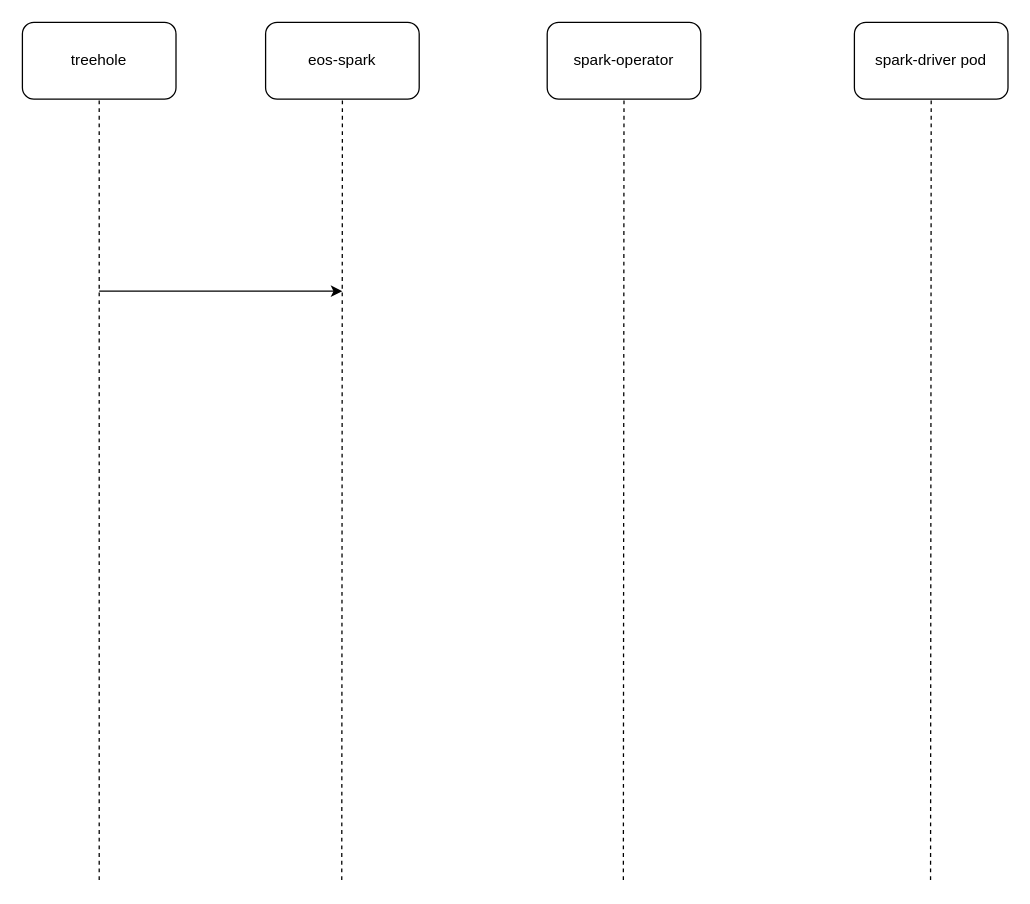
This is k8s-spark多角色设计.drawio from yuhuali1989/ui, a draw.io file, before an edit. Source tidied: cells renumbered, new cells numbered last; positions are measured from the earlier drawing's top-left corner, leaving out a move shared by most shapes. Both pictures are drawn from the tidied source at 128%, with x=0, y=0 at pixel (22, 22).
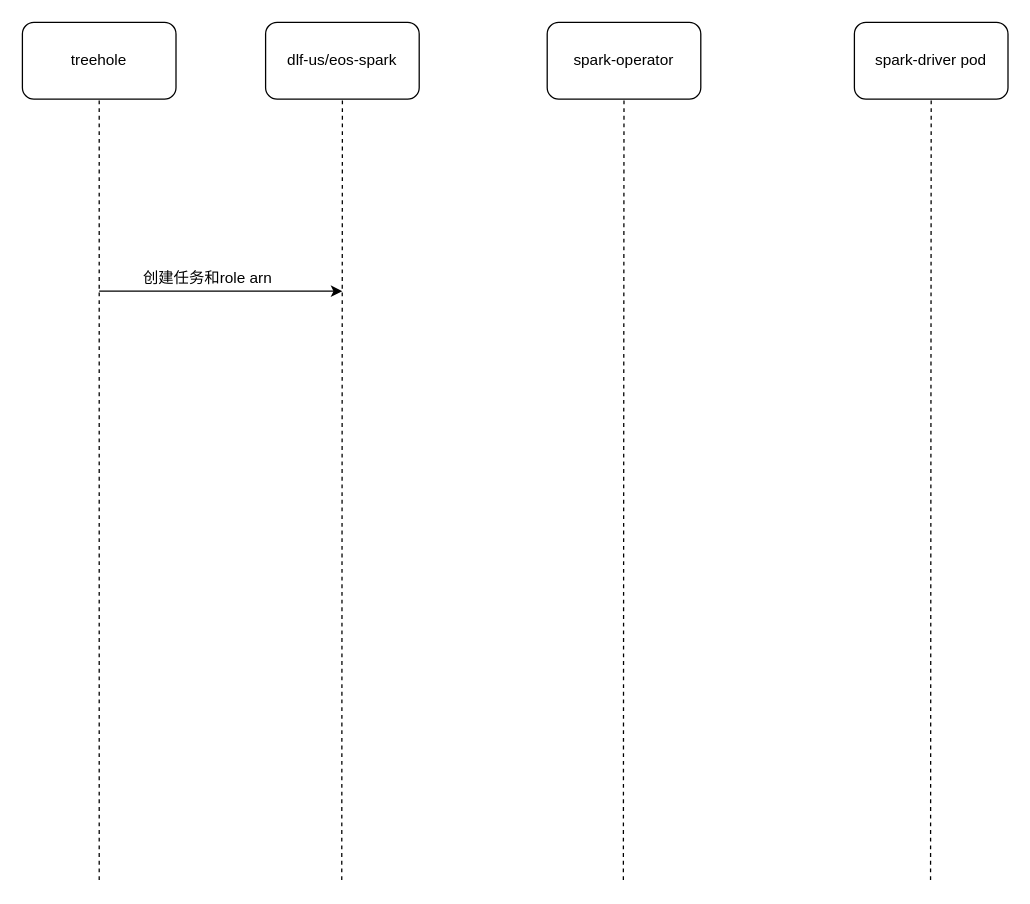
After the change.

Commit message (it also covers changes not shown here):
Update k8s-spark多角色设计.drawio

What changed in the source:
```diff
@@
 <mxGraphModel background="#ffffff">
   <root>
     <mxCell id="0" />
     <mxCell id="1" parent="0" />
     <mxCell id="2" value="treehole" style="rounded=1;whiteSpace=wrap;html=1;" parent="1" vertex="1">
       <mxGeometry width="120" height="60" as="geometry" />
     </mxCell>
     <mxCell id="3" style="endArrow=none;dashed=1;html=1;entryX=0.5;entryY=1;entryDx=0;entryDy=0;" parent="1" edge="1" target="2">
       <mxGeometry relative="1" as="geometry">
         <mxPoint x="60" y="670" as="sourcePoint" />
       </mxGeometry>
     </mxCell>
-    <mxCell id="4" value="eos-spark" style="rounded=1;whiteSpace=wrap;html=1;" parent="1" vertex="1">
+    <mxCell id="4" value="dlf-us/eos-spark" style="rounded=1;whiteSpace=wrap;html=1;" parent="1" vertex="1">
       <mxGeometry x="190" width="120" height="60" as="geometry" />
     </mxCell>
     <mxCell id="5" style="endArrow=none;dashed=1;html=1;entryX=0.5;entryY=1;entryDx=0;entryDy=0;" parent="1" edge="1" target="4">
       <mxGeometry relative="1" as="geometry">
         <mxPoint x="249.5" y="670" as="sourcePoint" />
       </mxGeometry>
     </mxCell>
     <mxCell id="6" value="spark-operator" style="rounded=1;whiteSpace=wrap;html=1;" parent="1" vertex="1">
       <mxGeometry x="410" width="120" height="60" as="geometry" />
     </mxCell>
     <mxCell id="7" style="endArrow=none;dashed=1;html=1;entryX=0.5;entryY=1;entryDx=0;entryDy=0;" parent="1" edge="1" target="6">
       <mxGeometry relative="1" as="geometry">
         <mxPoint x="469.5" y="670" as="sourcePoint" />
       </mxGeometry>
     </mxCell>
     <mxCell id="8" value="spark-driver pod" style="rounded=1;whiteSpace=wrap;html=1;" parent="1" vertex="1">
       <mxGeometry x="650" width="120" height="60" as="geometry" />
     </mxCell>
     <mxCell id="9" style="endArrow=none;dashed=1;html=1;entryX=0.5;entryY=1;entryDx=0;entryDy=0;" parent="1" edge="1" target="8">
       <mxGeometry relative="1" as="geometry">
         <mxPoint x="709.5" y="670" as="sourcePoint" />
       </mxGeometry>
     </mxCell>
     <mxCell id="10" style="endArrow=classic;html=1;" parent="1" edge="1">
       <mxGeometry relative="1" as="geometry">
         <mxPoint x="60" y="210" as="sourcePoint" />
         <mxPoint x="250" y="210" as="targetPoint" />
       </mxGeometry>
     </mxCell>
+    <mxCell id="11" value="创建任务和role arn" style="text;html=1;strokeColor=none;fillColor=none;align=center;verticalAlign=middle;whiteSpace=wrap;rounded=0;" parent="1" vertex="1">
+      <mxGeometry x="90" y="190" width="110" height="20" as="geometry" />
+    </mxCell>
   </root>
 </mxGraphModel>
```
